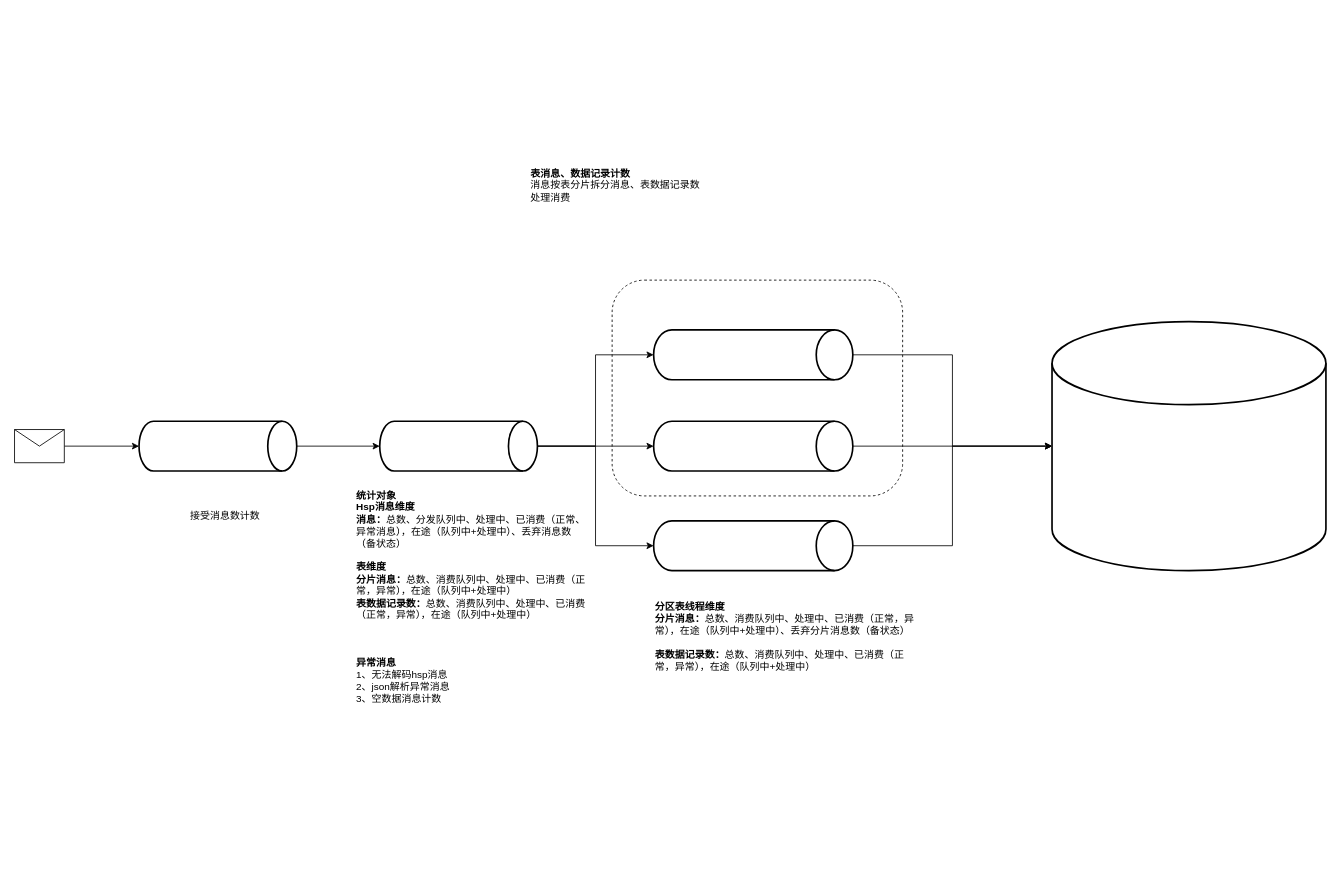
The draw.io diagram page "第 1 页" (1 of 2) of dp-ind.drawio in lan13217/diagrams, before the edit. Source tidied: cells renumbered, new cells numbered last; positions are measured from the earlier drawing's top-left corner, leaving out a move shared by most shapes. Both pictures are drawn from the tidied source at 83%, with x=0, y=0 at pixel (14, 14).
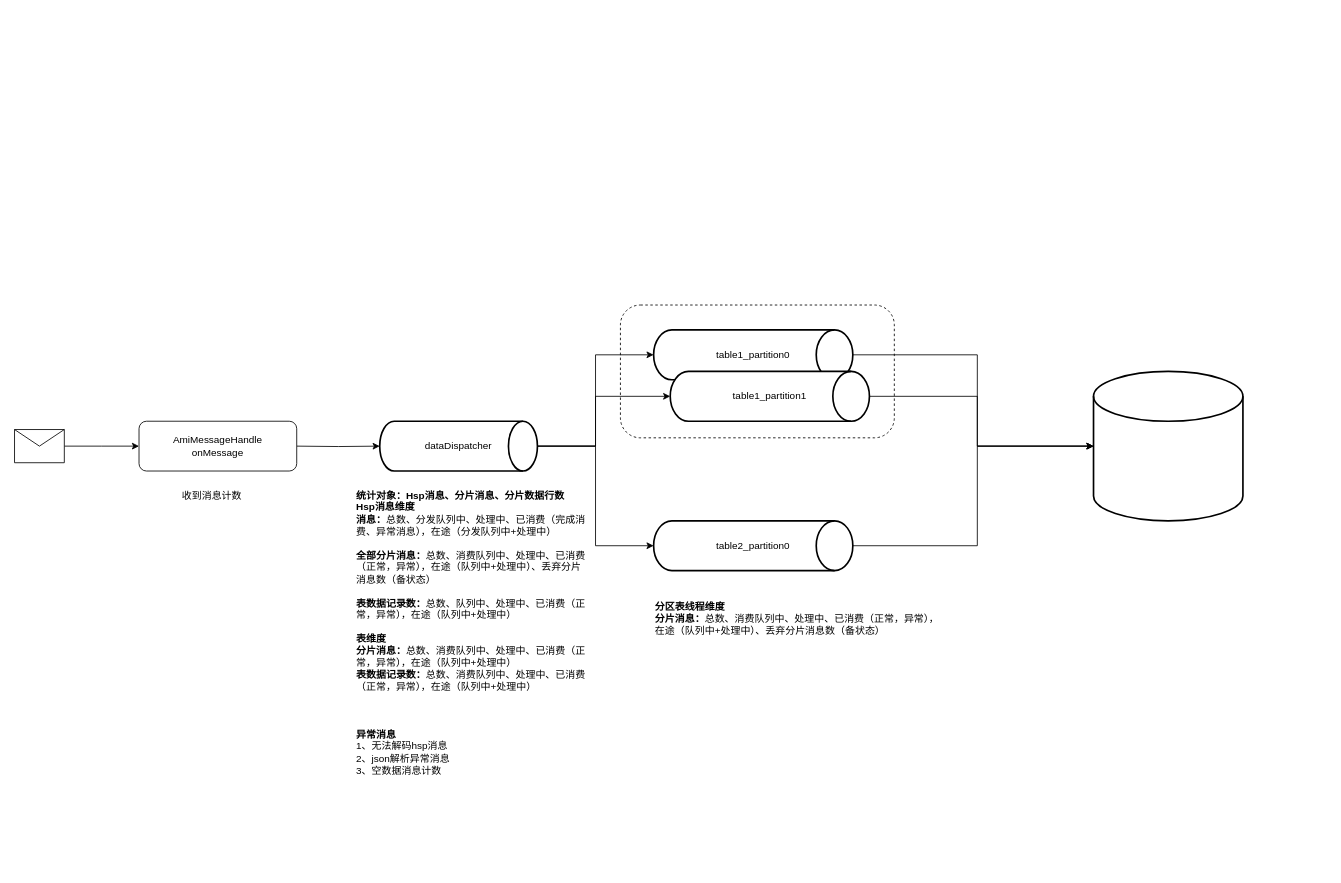
Above is the later version.

Unchanged cells that the change refers to:
```xml
<mxCell id="15" style="shape=message;html=1;html=1;outlineConnect=0;labelPosition=center;verticalLabelPosition=bottom;align=center;verticalAlign=top;" parent="1" vertex="1">
  <mxGeometry y="500" width="60" height="40" as="geometry" />
</mxCell>
```

What changed in the source:
```diff
@@
+    <mxCell id="20" style="rounded=1;whiteSpace=wrap;html=1;fillColor=none;dashed=1;" parent="1" vertex="1">
+      <mxGeometry x="730" y="350" width="330" height="160" as="geometry" />
+    </mxCell>
-    <mxCell id="2" style="edgeStyle=orthogonalEdgeStyle;rounded=0;jettySize=auto;html=1;" parent="1" edge="1" source="3" target="7">
-      <mxGeometry relative="1" as="geometry" />
+    <mxCell id="2" style="edgeStyle=orthogonalEdgeStyle;rounded=0;jettySize=auto;html=1;" parent="1" edge="1" target="7">
+      <mxGeometry relative="1" as="geometry">
+        <mxPoint x="340" y="520" as="sourcePoint" />
+      </mxGeometry>
     </mxCell>
-    <mxCell id="3" style="strokeWidth=2;html=1;shape=mxgraph.flowchart.direct_data;whiteSpace=wrap;" parent="1" vertex="1">
-      <mxGeometry x="150" y="490" width="190" height="60" as="geometry" />
-    </mxCell>
@@
     <mxCell id="6" style="edgeStyle=orthogonalEdgeStyle;rounded=0;jettySize=auto;html=1;" parent="1" edge="1" source="7" target="11">
-      <mxGeometry relative="1" as="geometry" />
+      <mxGeometry relative="1" as="geometry">
+        <Array as="points">
+          <mxPoint x="700" y="520" />
+          <mxPoint x="700" y="460" />
+        </Array>
+      </mxGeometry>
     </mxCell>
-    <mxCell id="7" style="strokeWidth=2;html=1;shape=mxgraph.flowchart.direct_data;whiteSpace=wrap;" parent="1" vertex="1">
+    <mxCell id="7" value="dataDispatcher" style="strokeWidth=2;html=1;shape=mxgraph.flowchart.direct_data;whiteSpace=wrap;" parent="1" vertex="1">
       <mxGeometry x="440" y="490" width="190" height="60" as="geometry" />
     </mxCell>
     <mxCell id="8" style="edgeStyle=orthogonalEdgeStyle;rounded=0;jettySize=auto;html=1;entryX=0;entryY=0.5;entryDx=0;entryDy=0;entryPerimeter=0;" parent="1" edge="1" source="9" target="16">
-      <mxGeometry relative="1" as="geometry" />
+      <mxGeometry relative="1" as="geometry">
+        <Array as="points">
+          <mxPoint x="1160" y="410" />
+          <mxPoint x="1160" y="520" />
+        </Array>
+      </mxGeometry>
     </mxCell>
-    <mxCell id="9" style="strokeWidth=2;html=1;shape=mxgraph.flowchart.direct_data;whiteSpace=wrap;" parent="1" vertex="1">
+    <mxCell id="9" value="table1_partition0" style="strokeWidth=2;html=1;shape=mxgraph.flowchart.direct_data;whiteSpace=wrap;" parent="1" vertex="1">
       <mxGeometry x="770" y="380" width="240" height="60" as="geometry" />
     </mxCell>
     <mxCell id="10" style="edgeStyle=orthogonalEdgeStyle;rounded=0;jettySize=auto;html=1;entryX=0;entryY=0.5;entryDx=0;entryDy=0;entryPerimeter=0;" parent="1" edge="1" source="11" target="16">
-      <mxGeometry relative="1" as="geometry" />
+      <mxGeometry relative="1" as="geometry">
+        <Array as="points">
+          <mxPoint x="1160" y="460" />
+          <mxPoint x="1160" y="520" />
+        </Array>
+      </mxGeometry>
     </mxCell>
-    <mxCell id="11" style="strokeWidth=2;html=1;shape=mxgraph.flowchart.direct_data;whiteSpace=wrap;" parent="1" vertex="1">
-      <mxGeometry x="770" y="490" width="240" height="60" as="geometry" />
+    <mxCell id="11" value="table1_partition1" style="strokeWidth=2;html=1;shape=mxgraph.flowchart.direct_data;whiteSpace=wrap;" parent="1" vertex="1">
+      <mxGeometry x="790" y="430" width="240" height="60" as="geometry" />
     </mxCell>
     <mxCell id="12" style="edgeStyle=orthogonalEdgeStyle;rounded=0;jettySize=auto;html=1;entryX=0;entryY=0.5;entryDx=0;entryDy=0;entryPerimeter=0;" parent="1" edge="1" source="13" target="16">
-      <mxGeometry relative="1" as="geometry" />
+      <mxGeometry relative="1" as="geometry">
+        <Array as="points">
+          <mxPoint x="1160" y="640" />
+          <mxPoint x="1160" y="520" />
+        </Array>
+      </mxGeometry>
     </mxCell>
-    <mxCell id="13" style="strokeWidth=2;html=1;shape=mxgraph.flowchart.direct_data;whiteSpace=wrap;" parent="1" vertex="1">
+    <mxCell id="13" value="table2_partition0" style="strokeWidth=2;html=1;shape=mxgraph.flowchart.direct_data;whiteSpace=wrap;" parent="1" vertex="1">
       <mxGeometry x="770" y="610" width="240" height="60" as="geometry" />
     </mxCell>
-    <mxCell id="14" style="edgeStyle=orthogonalEdgeStyle;rounded=0;jettySize=auto;html=1;" parent="1" edge="1" source="15" target="3">
-      <mxGeometry relative="1" as="geometry" />
+    <mxCell id="14" style="edgeStyle=orthogonalEdgeStyle;rounded=0;jettySize=auto;html=1;" parent="1" edge="1" source="15">
+      <mxGeometry relative="1" as="geometry">
+        <mxPoint x="150" y="520" as="targetPoint" />
+      </mxGeometry>
     </mxCell>
@@
     <mxCell id="16" style="strokeWidth=2;html=1;shape=mxgraph.flowchart.database;whiteSpace=wrap;" parent="1" vertex="1">
-      <mxGeometry x="1250" y="370" width="330" height="300" as="geometry" />
+      <mxGeometry x="1300" y="430" width="180" height="180" as="geometry" />
     </mxCell>
-    <mxCell id="17" value="接受消息数计数" style="text;html=1;strokeColor=none;fillColor=none;align=left;verticalAlign=top;whiteSpace=wrap;rounded=0;" parent="1" vertex="1">
-      <mxGeometry x="210" y="590" width="90" height="30" as="geometry" />
+    <mxCell id="17" value="收到消息计数" style="text;html=1;strokeColor=none;fillColor=none;align=left;verticalAlign=top;whiteSpace=wrap;rounded=0;" parent="1" vertex="1">
+      <mxGeometry x="200" y="566" width="90" height="30" as="geometry" />
     </mxCell>
-    <mxCell id="18" value="&lt;b&gt;统计对象&lt;br&gt;Hsp消息维度&lt;br&gt;消息：&lt;/b&gt;总数、分发队列中、处理中、已消费（正常、异常消息&lt;span style=&quot;border-color: var(--border-color);&quot;&gt;）&lt;span style=&quot;border-color: var(--border-color);&quot;&gt;，在途（&lt;/span&gt;&lt;span style=&quot;border-color: var(--border-color);&quot;&gt;队列中+处理中&lt;/span&gt;&lt;span style=&quot;border-color: var(--border-color);&quot;&gt;）&lt;/span&gt;、丢弃消息数（备状态）&lt;br&gt;&lt;/span&gt;&lt;b&gt;&lt;br&gt;表维度&lt;br&gt;&lt;/b&gt;&lt;b style=&quot;border-color: var(--border-color);&quot;&gt;分片&lt;/b&gt;&lt;b&gt;消息：&lt;/b&gt;总数、&lt;span style=&quot;border-color: var(--border-color);&quot;&gt;消费&lt;/span&gt;队列中、处理中、已消费（正常，异常），在途（&lt;span style=&quot;border-color: var(--border-color);&quot;&gt;队列中+处理中&lt;/span&gt;）&lt;br&gt;&lt;b&gt;表数据记录数：&lt;/b&gt;&lt;span style=&quot;border-color: var(--border-color);&quot;&gt;总数、&lt;span style=&quot;border-color: var(--border-color);&quot;&gt;消费&lt;/span&gt;队列中、处理中、已消费（正常，异常），在途（&lt;/span&gt;&lt;span style=&quot;border-color: var(--border-color);&quot;&gt;队列中+处理中&lt;/span&gt;&lt;span style=&quot;border-color: var(--border-color);&quot;&gt;）&lt;/span&gt;&lt;b&gt;&lt;br&gt;&lt;br&gt;&lt;br&gt;&lt;br&gt;异常消息&lt;/b&gt;&lt;br&gt;1、无法解码hsp消息&lt;br&gt;2、json解析异常消息&lt;br&gt;3、空数据消息计数" style="text;html=1;strokeColor=none;fillColor=none;align=left;verticalAlign=top;whiteSpace=wrap;rounded=0;" parent="1" vertex="1">
-      <mxGeometry x="410" y="566" width="280" height="464" as="geometry" />
+    <mxCell id="18" value="&lt;b&gt;统计对象：&lt;/b&gt;&lt;b style=&quot;border-color: var(--border-color);&quot;&gt;Hsp消息、分片消息、分片数据行数&lt;/b&gt;&lt;b&gt;&lt;br&gt;Hsp消息维度&lt;br&gt;消息：&lt;/b&gt;总数、分发队列中、处理中、已消费（完成消费、异常消息&lt;span style=&quot;border-color: var(--border-color);&quot;&gt;）&lt;span style=&quot;border-color: var(--border-color);&quot;&gt;，在途（分发&lt;/span&gt;&lt;span style=&quot;border-color: var(--border-color);&quot;&gt;队列中+处理中&lt;/span&gt;&lt;span style=&quot;border-color: var(--border-color);&quot;&gt;）&lt;br&gt;&lt;/span&gt;&lt;br&gt;&lt;b&gt;全部分片消息&lt;/b&gt;&lt;b style=&quot;border-color: var(--border-color);&quot;&gt;：&lt;/b&gt;总数、消费队列中、处理中、已消费（正常，异常），在途（&lt;span style=&quot;border-color: var(--border-color);&quot;&gt;队列中+处理中）、丢弃分片消息数（备状态）&lt;br&gt;&lt;/span&gt;&lt;br style=&quot;border-color: var(--border-color);&quot;&gt;&lt;b style=&quot;border-color: var(--border-color);&quot;&gt;表数据记录数：&lt;/b&gt;总数、队列中、处理中、已消费（正常，异常），在途（&lt;span style=&quot;border-color: var(--border-color);&quot;&gt;&lt;/span&gt;&lt;span style=&quot;border-color: var(--border-color);&quot;&gt;队列中+处理中&lt;/span&gt;&lt;span style=&quot;border-color: var(--border-color);&quot;&gt;）&lt;/span&gt;&lt;br&gt;&lt;/span&gt;&lt;b&gt;&lt;br&gt;表维度&lt;br&gt;&lt;/b&gt;&lt;b style=&quot;border-color: var(--border-color);&quot;&gt;分片&lt;/b&gt;&lt;b&gt;消息：&lt;/b&gt;总数、&lt;span style=&quot;border-color: var(--border-color);&quot;&gt;消费&lt;/span&gt;队列中、处理中、已消费（正常，异常），在途（&lt;span style=&quot;border-color: var(--border-color);&quot;&gt;队列中+处理中&lt;/span&gt;）&lt;br&gt;&lt;b&gt;表数据记录数：&lt;/b&gt;&lt;span style=&quot;border-color: var(--border-color);&quot;&gt;总数、&lt;span style=&quot;border-color: var(--border-color);&quot;&gt;消费&lt;/span&gt;队列中、处理中、已消费（正常，异常），在途（&lt;/span&gt;&lt;span style=&quot;border-color: var(--border-color);&quot;&gt;队列中+处理中&lt;/span&gt;&lt;span style=&quot;border-color: var(--border-color);&quot;&gt;）&lt;/span&gt;&lt;b&gt;&lt;br&gt;&lt;br&gt;&lt;br&gt;&lt;br&gt;异常消息&lt;/b&gt;&lt;br&gt;1、无法解码hsp消息&lt;br&gt;2、json解析异常消息&lt;br&gt;3、空数据消息计数" style="text;html=1;strokeColor=none;fillColor=none;align=left;verticalAlign=top;whiteSpace=wrap;rounded=0;" parent="1" vertex="1">
+      <mxGeometry x="410" y="566" width="280" height="284" as="geometry" />
     </mxCell>
-    <mxCell id="19" value="&lt;b style=&quot;border-color: var(--border-color);&quot;&gt;分区表线程维度&lt;br style=&quot;border-color: var(--border-color);&quot;&gt;&lt;/b&gt;&lt;b style=&quot;border-color: var(--border-color);&quot;&gt;分片&lt;/b&gt;&lt;b style=&quot;border-color: var(--border-color);&quot;&gt;消息：&lt;/b&gt;&lt;span style=&quot;border-color: var(--border-color);&quot;&gt;总数、消费队列中、处理中、已消费（正常，异常），在途（&lt;/span&gt;&lt;span style=&quot;border-color: var(--border-color);&quot;&gt;队列中+处理中）、丢弃分片消息数（备状态）&lt;/span&gt;&lt;b style=&quot;border-color: var(--border-color);&quot;&gt;&lt;br style=&quot;border-color: var(--border-color);&quot;&gt;&lt;br style=&quot;border-color: var(--border-color);&quot;&gt;&lt;/b&gt;&lt;b style=&quot;border-color: var(--border-color);&quot;&gt;表数据记录数：&lt;/b&gt;&lt;span style=&quot;border-color: var(--border-color);&quot;&gt;总数、&lt;span style=&quot;border-color: var(--border-color);&quot;&gt;消费&lt;/span&gt;队列中、处理中、已消费（正常，异常），在途（&lt;/span&gt;&lt;span style=&quot;border-color: var(--border-color);&quot;&gt;队列中+处理中&lt;/span&gt;&lt;span style=&quot;border-color: var(--border-color);&quot;&gt;）&lt;/span&gt;&lt;b style=&quot;border-color: var(--border-color);&quot;&gt;&lt;br style=&quot;border-color: var(--border-color);&quot;&gt;&lt;/b&gt;" style="text;html=1;strokeColor=none;fillColor=none;align=left;verticalAlign=top;whiteSpace=wrap;rounded=0;" parent="1" vertex="1">
-      <mxGeometry x="770" y="700" width="320" height="300" as="geometry" />
+    <mxCell id="19" value="&lt;b style=&quot;border-color: var(--border-color);&quot;&gt;分区表线程维度&lt;br style=&quot;border-color: var(--border-color);&quot;&gt;&lt;/b&gt;&lt;b style=&quot;border-color: var(--border-color);&quot;&gt;分片&lt;/b&gt;&lt;b style=&quot;border-color: var(--border-color);&quot;&gt;消息：&lt;/b&gt;&lt;span style=&quot;border-color: var(--border-color);&quot;&gt;总数、消费队列中、处理中、已消费（正常，异常），在途（&lt;/span&gt;&lt;span style=&quot;border-color: var(--border-color);&quot;&gt;队列中+处理中）、丢弃分片消息数（备状态）&lt;/span&gt;&lt;b style=&quot;border-color: var(--border-color);&quot;&gt;&lt;br style=&quot;border-color: var(--border-color);&quot;&gt;&lt;/b&gt;" style="text;html=1;strokeColor=none;fillColor=none;align=left;verticalAlign=top;whiteSpace=wrap;rounded=0;" parent="1" vertex="1">
+      <mxGeometry x="770" y="700" width="350" height="70" as="geometry" />
     </mxCell>
-    <mxCell id="20" style="rounded=1;whiteSpace=wrap;html=1;fillColor=none;dashed=1;" parent="1" vertex="1">
-      <mxGeometry x="720" y="320" width="350" height="260" as="geometry" />
-    </mxCell>
-    <mxCell id="21" value="&lt;b&gt;表消息、数据记录计数&lt;/b&gt;&lt;br&gt;消息按表分片拆分消息、表数据记录数&lt;br&gt;处理消费" style="text;html=1;strokeColor=none;fillColor=none;align=left;verticalAlign=bottom;whiteSpace=wrap;rounded=0;" parent="1" vertex="1">
-      <mxGeometry x="620" width="210" height="230" as="geometry" />
-    </mxCell>
+    <mxCell id="22" value="AmiMessageHandle&lt;br&gt;onMessage" style="rounded=1;whiteSpace=wrap;html=1;" parent="1" vertex="1">
+      <mxGeometry x="150" y="490" width="190" height="60" as="geometry" />
+    </mxCell>
```
